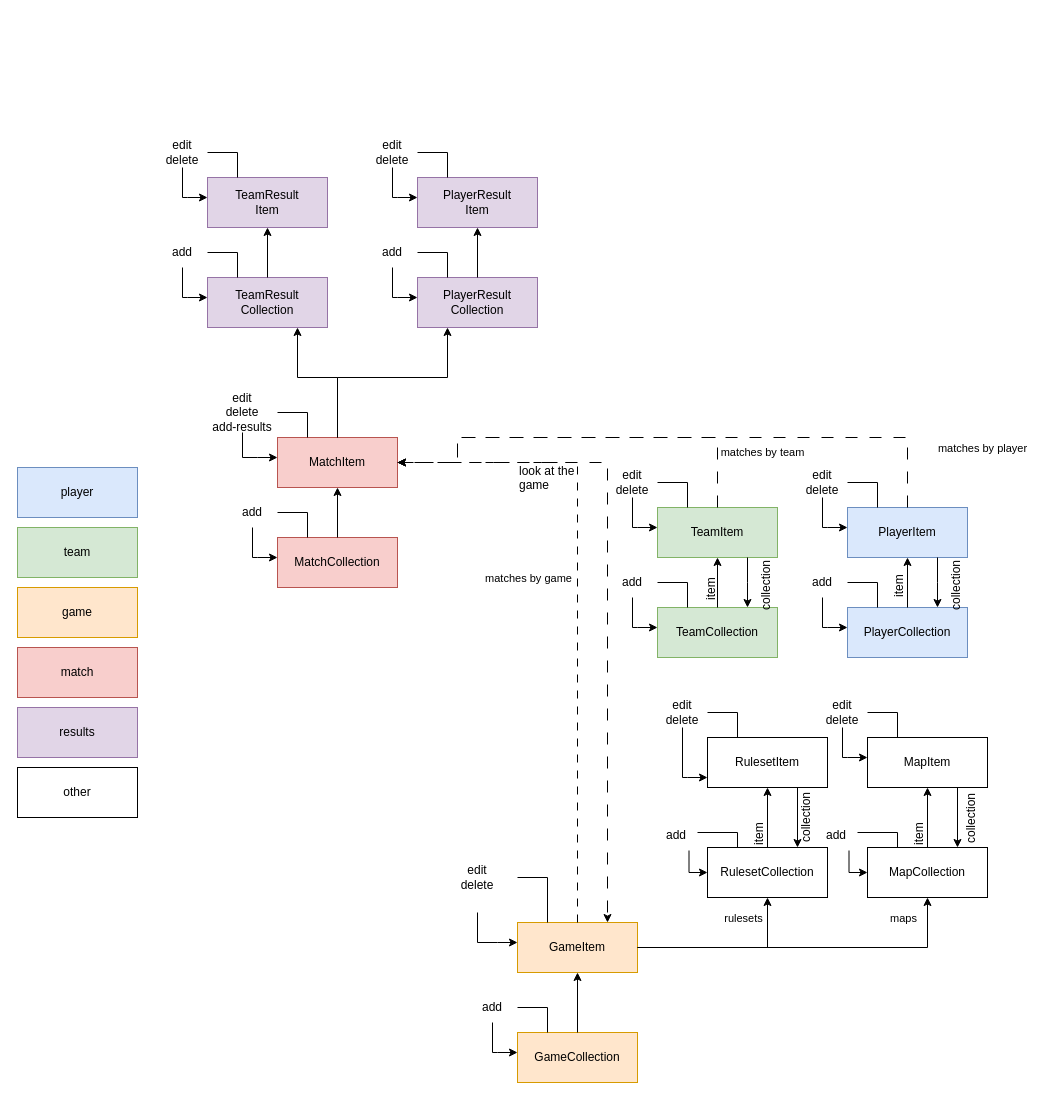
Before: media/state-machine.drawio in oja89/BoardGameTracker, a draw.io diagram. Source tidied: cells renumbered, new cells numbered last; positions are measured from the earlier drawing's top-left corner, leaving out a move shared by most shapes. Both pictures are drawn from the tidied source at 100%, with x=0, y=0 at pixel (17, 137).
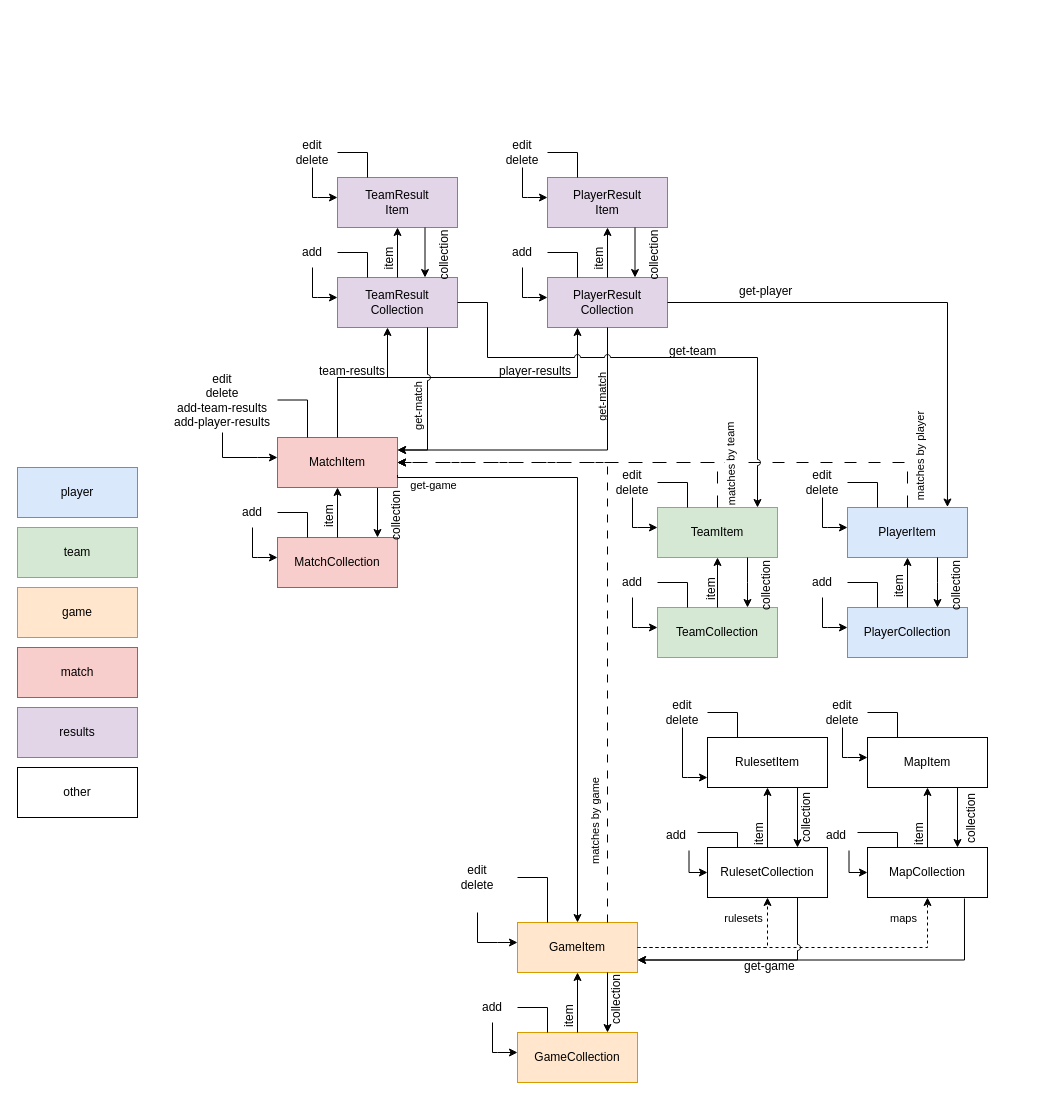
The same page after the edit.

The change refers to these unchanged cells:
```xml
<mxCell id="8" value="GameCollection" style="rounded=0;whiteSpace=wrap;html=1;fillColor=#ffe6cc;strokeColor=#d79b00;" parent="7" vertex="1">
  <mxGeometry x="50" y="40" width="120" height="50" as="geometry" />
</mxCell>
<mxCell id="28" value="GameItem" style="rounded=0;whiteSpace=wrap;html=1;fillColor=#ffe6cc;strokeColor=#d79b00;" parent="27" vertex="1">
  <mxGeometry x="50" y="40" width="120" height="50" as="geometry" />
</mxCell>
<mxCell id="35" value="&lt;div&gt;PlayerItem&lt;/div&gt;" style="rounded=0;whiteSpace=wrap;html=1;fillColor=#dae8fc;strokeColor=#6c8ebf;" parent="34" vertex="1">
  <mxGeometry x="50" y="40" width="120" height="50" as="geometry" />
</mxCell>
<mxCell id="43" value="&lt;div&gt;TeamItem&lt;/div&gt;" style="rounded=0;whiteSpace=wrap;html=1;fillColor=#d5e8d4;strokeColor=#82b366;" parent="42" vertex="1">
  <mxGeometry x="50" y="40" width="120" height="50" as="geometry" />
</mxCell>
<mxCell id="55" style="group;" parent="1" vertex="1">
  <mxGeometry x="210" y="260" width="170" height="90" as="geometry" />
</mxCell>
<mxCell id="56" value="MatchItem" style="rounded=0;whiteSpace=wrap;html=1;fillColor=#f8cecc;strokeColor=#b85450;" parent="55" vertex="1">
  <mxGeometry x="50" y="40" width="120" height="50" as="geometry" />
</mxCell>
<mxCell id="69" value="&lt;div&gt;PlayerResult&lt;/div&gt;&lt;div&gt;Collection&lt;/div&gt;" style="rounded=0;whiteSpace=wrap;html=1;fillColor=#e1d5e7;strokeColor=#9673a6;" parent="68" vertex="1">
  <mxGeometry x="50" y="40" width="120" height="50" as="geometry" />
</mxCell>
<mxCell id="82" value="&lt;div&gt;TeamResult&lt;/div&gt;&lt;div&gt;Collection&lt;br&gt;&lt;/div&gt;" style="rounded=0;whiteSpace=wrap;html=1;fillColor=#e1d5e7;strokeColor=#9673a6;" parent="81" vertex="1">
  <mxGeometry x="50" y="40" width="120" height="50" as="geometry" />
</mxCell>
<mxCell id="99" value="MapCollection" style="rounded=0;whiteSpace=wrap;html=1;" parent="98" vertex="1">
  <mxGeometry x="50" y="40" width="120" height="50" as="geometry" />
</mxCell>
<mxCell id="115" value="RulesetCollection" style="rounded=0;whiteSpace=wrap;html=1;" parent="114" vertex="1">
  <mxGeometry x="50" y="40" width="120" height="50" as="geometry" />
</mxCell>
```

What changed in the source:
```diff
@@
     <mxCell id="7" style="group;" parent="1" vertex="1">
-      <mxGeometry x="450" y="855" width="170" height="90" as="geometry" />
+      <mxGeometry x="450" y="855" width="200" height="90" as="geometry" />
     </mxCell>
@@
+    <mxCell id="140" value="&lt;div&gt;item&lt;/div&gt;&lt;div&gt;&lt;br&gt;&lt;/div&gt;" style="text;whiteSpace=wrap;html=1;rotation=-90;" parent="7" vertex="1">
+      <mxGeometry x="80" y="10" width="35" height="20" as="geometry" />
+    </mxCell>
+    <mxCell id="141" value="collection" style="text;whiteSpace=wrap;html=1;rotation=-90;" parent="7" vertex="1">
+      <mxGeometry x="110" y="-31" width="90" height="40" as="geometry" />
+    </mxCell>
@@
     <mxCell id="49" style="group;" parent="1" vertex="1">
-      <mxGeometry x="210" y="360" width="170" height="90" as="geometry" />
+      <mxGeometry x="210" y="360" width="220" height="90" as="geometry" />
     </mxCell>
@@
+    <mxCell id="142" style="edgeStyle=orthogonalEdgeStyle;rounded=0;orthogonalLoop=1;jettySize=auto;html=1;exitX=0.75;exitY=1;exitDx=0;exitDy=0;" parent="49" edge="1">
+      <mxGeometry relative="1" as="geometry">
+        <mxPoint x="150" y="-10" as="sourcePoint" />
+        <mxPoint x="150" y="40" as="targetPoint" />
+      </mxGeometry>
+    </mxCell>
+    <mxCell id="143" value="collection" style="text;whiteSpace=wrap;html=1;rotation=-90;" parent="49" vertex="1">
+      <mxGeometry x="130" y="-20" width="90" height="40" as="geometry" />
+    </mxCell>
+    <mxCell id="144" value="&lt;div&gt;item&lt;/div&gt;&lt;div&gt;&lt;br&gt;&lt;/div&gt;" style="text;whiteSpace=wrap;html=1;rotation=-90;" parent="49" vertex="1">
+      <mxGeometry x="80" y="5" width="35" height="20" as="geometry" />
+    </mxCell>
@@
-    <mxCell id="58" value="&lt;div&gt;edit&lt;/div&gt;&lt;div&gt;delete&lt;br&gt;&lt;/div&gt;&lt;div&gt;add-results&lt;br&gt;&lt;/div&gt;" style="rounded=0;whiteSpace=wrap;html=1;fillColor=none;strokeColor=none;" parent="55" vertex="1">
-      <mxGeometry x="-20" y="-5" width="70" height="40" as="geometry" />
+    <mxCell id="58" value="&lt;div&gt;edit&lt;/div&gt;&lt;div&gt;delete&lt;br&gt;&lt;/div&gt;&lt;div&gt;add-team-results&lt;/div&gt;&lt;div&gt;add-player-results&lt;br&gt;&lt;/div&gt;" style="rounded=0;whiteSpace=wrap;html=1;fillColor=none;strokeColor=none;" parent="55" vertex="1">
+      <mxGeometry x="-60" y="-30" width="110" height="65" as="geometry" />
     </mxCell>
@@
     <mxCell id="60" style="edgeStyle=orthogonalEdgeStyle;rounded=0;jettySize=auto;html=1;exitX=0.25;exitY=0;exitDx=0;exitDy=0;entryX=1;entryY=0.5;entryDx=0;entryDy=0;endSize=6;targetPerimeterSpacing=0;endArrow=none;endFill=0;" parent="55" edge="1" source="56" target="58">
       <mxGeometry relative="1" as="geometry">
         <Array as="points">
-          <mxPoint x="80" y="15" />
+          <mxPoint x="80" y="3" />
+          <mxPoint x="50" y="3" />
         </Array>
       </mxGeometry>
     </mxCell>
@@
-    <mxCell id="62" style="edgeStyle=orthogonalEdgeStyle;rounded=0;jettySize=auto;html=1;exitX=0.5;exitY=0;exitDx=0;exitDy=0;entryX=1;entryY=0.5;entryDx=0;entryDy=0;dashed=1;dashPattern=8 8;" parent="1" edge="1" source="28" target="56">
+    <mxCell id="62" style="edgeStyle=orthogonalEdgeStyle;rounded=0;jettySize=auto;html=1;exitX=0.75;exitY=0;exitDx=0;exitDy=0;entryX=1;entryY=0.5;entryDx=0;entryDy=0;dashed=1;dashPattern=8 8;" parent="1" edge="1" source="28" target="56">
       <mxGeometry relative="1" as="geometry" />
     </mxCell>
     <mxCell id="63" style="edgeStyle=orthogonalEdgeStyle;rounded=0;jettySize=auto;html=1;exitX=0.5;exitY=0;exitDx=0;exitDy=0;entryX=1;entryY=0.5;entryDx=0;entryDy=0;dashed=1;dashPattern=12 12;" parent="1" edge="1" source="43" target="56">
       <mxGeometry relative="1" as="geometry">
         <Array as="points">
-          <mxPoint x="700" y="300" />
-          <mxPoint x="440" y="300" />
-          <mxPoint x="440" y="325" />
+          <mxPoint x="700" y="325" />
         </Array>
       </mxGeometry>
     </mxCell>
     <mxCell id="64" style="edgeStyle=orthogonalEdgeStyle;rounded=0;jettySize=auto;html=1;exitX=0.5;exitY=0;exitDx=0;exitDy=0;entryX=1;entryY=0.5;entryDx=0;entryDy=0;dashed=1;dashPattern=12 12;" parent="1" edge="1" source="35" target="56">
       <mxGeometry relative="1" as="geometry">
         <Array as="points">
-          <mxPoint x="890" y="300" />
-          <mxPoint x="440" y="300" />
-          <mxPoint x="440" y="325" />
+          <mxPoint x="890" y="325" />
         </Array>
       </mxGeometry>
     </mxCell>
-    <mxCell id="65" value="matches by player" style="edgeLabel;html=1;align=center;verticalAlign=middle;" parent="64" vertex="1">
+    <mxCell id="65" value="matches by player" style="edgeLabel;html=1;align=center;verticalAlign=middle;rotation=-90;" parent="64" vertex="1">
       <mxGeometry x="-0.5" y="-2" relative="1" as="geometry">
-        <mxPoint x="155" y="12" as="offset" />
+        <mxPoint x="106" y="-3" as="offset" />
       </mxGeometry>
     </mxCell>
-    <mxCell id="66" style="edgeStyle=orthogonalEdgeStyle;rounded=0;jettySize=auto;html=1;exitX=1;exitY=0.5;exitDx=0;exitDy=0;entryX=0.75;entryY=0;entryDx=0;entryDy=0;jumpStyle=arc;dashed=1;dashPattern=12 12;" parent="1" edge="1" source="56" target="28">
-      <mxGeometry relative="1" as="geometry" />
+    <mxCell id="66" style="edgeStyle=orthogonalEdgeStyle;rounded=0;jettySize=auto;html=1;exitX=1;exitY=0.75;exitDx=0;exitDy=0;entryX=0.5;entryY=0;entryDx=0;entryDy=0;jumpStyle=arc;" parent="1" edge="1" source="56" target="28">
+      <mxGeometry relative="1" as="geometry">
+        <Array as="points">
+          <mxPoint x="380" y="340" />
+          <mxPoint x="560" y="340" />
+        </Array>
+      </mxGeometry>
     </mxCell>
-    <mxCell id="67" value="look at the game" style="text;whiteSpace=wrap;html=1;" parent="1" vertex="1">
-      <mxGeometry x="500" y="320" width="90" height="40" as="geometry" />
-    </mxCell>
     <mxCell id="68" style="group;" parent="1" vertex="1">
-      <mxGeometry x="350" y="100" width="170" height="90" as="geometry" />
+      <mxGeometry x="480" y="100" width="170" height="90" as="geometry" />
     </mxCell>
@@
     <mxCell id="74" style="group;" parent="1" vertex="1">
-      <mxGeometry x="350" width="170" height="90" as="geometry" />
+      <mxGeometry x="480" width="207.5" height="127.5" as="geometry" />
     </mxCell>
@@
+    <mxCell id="145" value="&lt;div&gt;item&lt;/div&gt;&lt;div&gt;&lt;br&gt;&lt;/div&gt;" style="text;whiteSpace=wrap;html=1;rotation=-90;" parent="74" vertex="1">
+      <mxGeometry x="80" y="107.5" width="35" height="20" as="geometry" />
+    </mxCell>
+    <mxCell id="146" style="edgeStyle=orthogonalEdgeStyle;rounded=0;orthogonalLoop=1;jettySize=auto;html=1;exitX=0.75;exitY=1;exitDx=0;exitDy=0;" parent="74" edge="1">
+      <mxGeometry relative="1" as="geometry">
+        <mxPoint x="137.5" y="90" as="sourcePoint" />
+        <mxPoint x="137.5" y="140" as="targetPoint" />
+      </mxGeometry>
+    </mxCell>
+    <mxCell id="147" value="collection" style="text;whiteSpace=wrap;html=1;rotation=-90;" parent="74" vertex="1">
+      <mxGeometry x="117.5" y="80" width="90" height="40" as="geometry" />
+    </mxCell>
@@
     <mxCell id="81" style="group;" parent="1" vertex="1">
-      <mxGeometry x="140" y="100" width="170" height="90" as="geometry" />
+      <mxGeometry x="270" y="100" width="170" height="90" as="geometry" />
     </mxCell>
@@
     <mxCell id="87" style="group;" parent="1" vertex="1">
-      <mxGeometry x="140" width="170" height="90" as="geometry" />
+      <mxGeometry x="270" width="207.5" height="127.5" as="geometry" />
     </mxCell>
@@
+    <mxCell id="148" value="&lt;div&gt;item&lt;/div&gt;&lt;div&gt;&lt;br&gt;&lt;/div&gt;" style="text;whiteSpace=wrap;html=1;rotation=-90;" parent="87" vertex="1">
+      <mxGeometry x="80" y="107.5" width="35" height="20" as="geometry" />
+    </mxCell>
+    <mxCell id="149" style="edgeStyle=orthogonalEdgeStyle;rounded=0;orthogonalLoop=1;jettySize=auto;html=1;exitX=0.75;exitY=1;exitDx=0;exitDy=0;" parent="87" edge="1">
+      <mxGeometry relative="1" as="geometry">
+        <mxPoint x="137.5" y="90" as="sourcePoint" />
+        <mxPoint x="137.5" y="140" as="targetPoint" />
+      </mxGeometry>
+    </mxCell>
+    <mxCell id="150" value="collection" style="text;whiteSpace=wrap;html=1;rotation=-90;" parent="87" vertex="1">
+      <mxGeometry x="117.5" y="80" width="90" height="40" as="geometry" />
+    </mxCell>
@@
-    <mxCell id="94" style="edgeStyle=orthogonalEdgeStyle;rounded=0;jettySize=auto;html=1;entryX=0.75;entryY=1;entryDx=0;entryDy=0;" parent="1" edge="1" source="56" target="82">
+    <mxCell id="94" style="edgeStyle=orthogonalEdgeStyle;rounded=0;jettySize=auto;html=1;" parent="1" edge="1" source="56">
       <mxGeometry relative="1" as="geometry">
+        <mxPoint x="370" y="190" as="targetPoint" />
         <Array as="points">
           <mxPoint x="320" y="240" />
-          <mxPoint x="280" y="240" />
+          <mxPoint x="370" y="240" />
+          <mxPoint x="370" y="190" />
         </Array>
       </mxGeometry>
     </mxCell>
-    <mxCell id="95" style="edgeStyle=orthogonalEdgeStyle;rounded=0;jettySize=auto;html=1;entryX=0.25;entryY=1;entryDx=0;entryDy=0;" parent="1" edge="1" target="69">
+    <mxCell id="95" style="edgeStyle=orthogonalEdgeStyle;rounded=0;jettySize=auto;html=1;entryX=0.25;entryY=1;entryDx=0;entryDy=0;" parent="1" edge="1" source="157" target="69">
       <mxGeometry relative="1" as="geometry">
-        <mxPoint x="320" y="300" as="sourcePoint" />
         <Array as="points">
           <mxPoint x="320" y="240" />
-          <mxPoint x="430" y="240" />
+          <mxPoint x="560" y="240" />
         </Array>
       </mxGeometry>
     </mxCell>
-    <mxCell id="96" value="matches by team" style="edgeLabel;html=1;align=center;verticalAlign=middle;" parent="1" vertex="1">
-      <mxGeometry x="970" y="330" as="geometry">
-        <mxPoint x="-226" y="-16" as="offset" />
+    <mxCell id="96" value="matches by team" style="edgeLabel;html=1;align=center;verticalAlign=middle;rotation=-91;" parent="1" vertex="1">
+      <mxGeometry x="720" y="-120" as="geometry">
+        <mxPoint x="-447" y="-15" as="offset" />
       </mxGeometry>
     </mxCell>
-    <mxCell id="97" value="matches by game" style="edgeLabel;html=1;align=center;verticalAlign=middle;" parent="1" vertex="1">
-      <mxGeometry x="510" y="440" as="geometry" />
+    <mxCell id="97" value="matches by game" style="edgeLabel;html=1;align=center;verticalAlign=middle;rotation=-90;" parent="1" vertex="1">
+      <mxGeometry x="550" y="680" as="geometry">
+        <mxPoint x="-5" y="27" as="offset" />
+      </mxGeometry>
     </mxCell>
@@
-    <mxCell id="126" style="edgeStyle=orthogonalEdgeStyle;rounded=0;jettySize=auto;html=1;entryX=0.5;entryY=1;entryDx=0;entryDy=0;" parent="1" edge="1" source="28" target="115">
+    <mxCell id="126" style="edgeStyle=orthogonalEdgeStyle;rounded=0;jettySize=auto;html=1;entryX=0.5;entryY=1;entryDx=0;entryDy=0;dashed=1;" parent="1" edge="1" source="28" target="115">
       <mxGeometry relative="1" as="geometry" />
     </mxCell>
-    <mxCell id="127" style="edgeStyle=orthogonalEdgeStyle;rounded=0;jettySize=auto;html=1;entryX=0.5;entryY=1;entryDx=0;entryDy=0;" parent="1" edge="1" source="28" target="99">
+    <mxCell id="127" style="edgeStyle=orthogonalEdgeStyle;rounded=0;jettySize=auto;html=1;entryX=0.5;entryY=1;entryDx=0;entryDy=0;dashed=1;" parent="1" edge="1" source="28" target="99">
       <mxGeometry relative="1" as="geometry" />
     </mxCell>
@@
+    <mxCell id="151" style="edgeStyle=orthogonalEdgeStyle;rounded=0;jettySize=auto;html=1;exitX=0.75;exitY=1;exitDx=0;exitDy=0;entryX=1;entryY=0.75;entryDx=0;entryDy=0;jumpStyle=arc;" parent="1" edge="1" source="115" target="28">
+      <mxGeometry relative="1" as="geometry" />
+    </mxCell>
+    <mxCell id="152" style="edgeStyle=orthogonalEdgeStyle;rounded=0;jettySize=auto;html=1;exitX=0.808;exitY=1.02;exitDx=0;exitDy=0;entryX=1;entryY=0.75;entryDx=0;entryDy=0;exitPerimeter=0;" parent="1" edge="1" source="99" target="28">
+      <mxGeometry relative="1" as="geometry" />
+    </mxCell>
+    <mxCell id="153" value="get-game" style="text;whiteSpace=wrap;html=1;" parent="1" vertex="1">
+      <mxGeometry x="725" y="815" width="80" height="40" as="geometry" />
+    </mxCell>
+    <mxCell id="154" value="get-game" style="edgeLabel;html=1;align=center;verticalAlign=middle;rotation=0;" parent="1" vertex="1">
+      <mxGeometry x="420" y="320" as="geometry">
+        <mxPoint x="-5" y="27" as="offset" />
+      </mxGeometry>
+    </mxCell>
+    <mxCell id="155" value="team-results" style="text;whiteSpace=wrap;html=1;" parent="1" vertex="1">
+      <mxGeometry x="300" y="220" width="90" height="40" as="geometry" />
+    </mxCell>
+    <mxCell id="156" style="edgeStyle=orthogonalEdgeStyle;rounded=0;jettySize=auto;html=1;entryX=1;entryY=0.25;entryDx=0;entryDy=0;exitX=0.75;exitY=1;exitDx=0;exitDy=0;jumpStyle=arc;" parent="1" edge="1" source="82" target="56">
+      <mxGeometry relative="1" as="geometry">
+        <Array as="points">
+          <mxPoint x="410" y="312" />
+        </Array>
+      </mxGeometry>
+    </mxCell>
+    <mxCell id="157" value="player-results" style="text;whiteSpace=wrap;html=1;" parent="1" vertex="1">
+      <mxGeometry x="480" y="220" width="90" height="40" as="geometry" />
+    </mxCell>
+    <mxCell id="158" value="get-match" style="edgeLabel;html=1;align=center;verticalAlign=middle;rotation=-90;" parent="1" vertex="1">
+      <mxGeometry x="400" y="270" as="geometry" />
+    </mxCell>
+    <mxCell id="159" value="get-match" style="edgeLabel;html=1;align=center;verticalAlign=middle;rotation=-90;" parent="1" vertex="1">
+      <mxGeometry x="583.8" y="260" as="geometry" />
+    </mxCell>
+    <mxCell id="160" style="edgeStyle=orthogonalEdgeStyle;rounded=0;jettySize=auto;html=1;entryX=1;entryY=0.25;entryDx=0;entryDy=0;" parent="1" edge="1" source="69" target="56">
+      <mxGeometry relative="1" as="geometry">
+        <Array as="points">
+          <mxPoint x="590" y="312" />
+        </Array>
+      </mxGeometry>
+    </mxCell>
+    <mxCell id="161" style="edgeStyle=orthogonalEdgeStyle;rounded=0;jettySize=auto;html=1;entryX=0.833;entryY=-0.01;entryDx=0;entryDy=0;entryPerimeter=0;" parent="1" edge="1" source="69" target="35">
+      <mxGeometry relative="1" as="geometry" />
+    </mxCell>
+    <mxCell id="162" style="edgeStyle=orthogonalEdgeStyle;rounded=0;jettySize=auto;html=1;exitX=1;exitY=0.5;exitDx=0;exitDy=0;jumpStyle=arc;" parent="1" edge="1" source="82">
+      <mxGeometry relative="1" as="geometry">
+        <mxPoint x="740" y="370" as="targetPoint" />
+        <Array as="points">
+          <mxPoint x="470" y="165" />
+          <mxPoint x="470" y="220" />
+          <mxPoint x="740" y="220" />
+        </Array>
+      </mxGeometry>
+    </mxCell>
+    <mxCell id="163" value="get-team" style="text;whiteSpace=wrap;html=1;" parent="1" vertex="1">
+      <mxGeometry x="650" y="200" width="90" height="40" as="geometry" />
+    </mxCell>
+    <mxCell id="164" value="get-player" style="text;whiteSpace=wrap;html=1;" parent="1" vertex="1">
+      <mxGeometry x="720" y="140" width="90" height="40" as="geometry" />
+    </mxCell>
+    <mxCell id="165" style="edgeStyle=orthogonalEdgeStyle;rounded=0;jettySize=auto;html=1;exitX=0.75;exitY=1;exitDx=0;exitDy=0;entryX=0.75;entryY=0;entryDx=0;entryDy=0;" parent="1" edge="1" source="28" target="8">
+      <mxGeometry relative="1" as="geometry" />
+    </mxCell>
```
